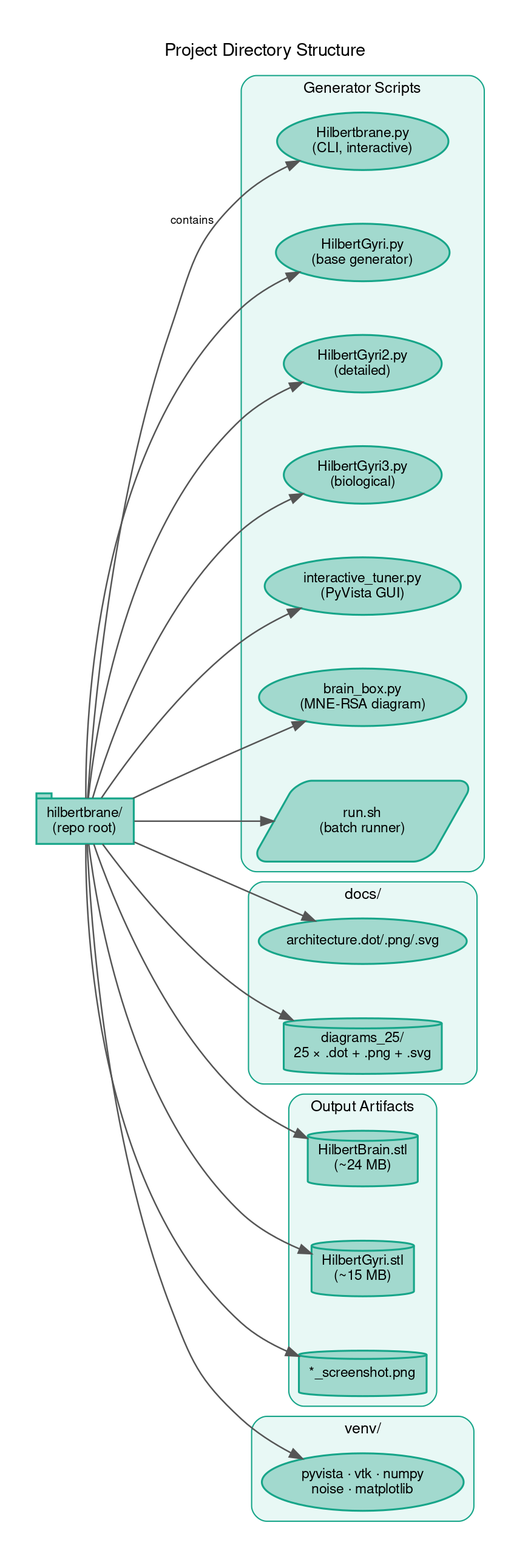
Before: docs/diagrams_25/07_file_structure.png, a diagram exported from Graphviz (danindiana/hilbertbrane). Its source is kept beside it as docs/diagrams_25/07_file_structure.dot. The source it was exported from:
```dot
digraph G {
    graph [
        fontname="Helvetica,Arial,sans-serif"
        bgcolor="#ffffff"
        splines=spline
        nodesep=0.6
        ranksep=0.8
        pad=0.4
        labelloc="t"
        labeljust="c"
        fontsize=14
    ]
    node [fontname="Helvetica,Arial,sans-serif" fontsize=11 style="filled,rounded" penwidth=1.5]
    edge [fontname="Helvetica,Arial,sans-serif" fontsize=9 color="#555555" penwidth=1.2]
    graph [label="Project Directory Structure" rankdir="LR"]

    root [label="hilbertbrane/\n(repo root)" shape=tab fillcolor="#A2D9CE" color="#17A589"]

    subgraph cluster_scripts {
        label="Generator Scripts"
        style="filled,rounded" fillcolor="#E8F8F5" color="#17A589" fontsize=12
        fontname="Helvetica,Arial,sans-serif"

        sc1 [label="Hilbertbrane.py\n(CLI, interactive)" fillcolor="#A2D9CE" color="#17A589"]
        sc2 [label="HilbertGyri.py\n(base generator)" fillcolor="#A2D9CE" color="#17A589"]
        sc3 [label="HilbertGyri2.py\n(detailed)" fillcolor="#A2D9CE" color="#17A589"]
        sc4 [label="HilbertGyri3.py\n(biological)" fillcolor="#A2D9CE" color="#17A589"]
        sc5 [label="interactive_tuner.py\n(PyVista GUI)" fillcolor="#A2D9CE" color="#17A589"]
        sc6 [label="brain_box.py\n(MNE-RSA diagram)" fillcolor="#A2D9CE" color="#17A589"]
        sc7 [label="run.sh\n(batch runner)" shape=parallelogram fillcolor="#A2D9CE" color="#17A589"]
    }

    subgraph cluster_docs {
        label="docs/"
        style="filled,rounded" fillcolor="#E8F8F5" color="#17A589" fontsize=12
        fontname="Helvetica,Arial,sans-serif"

        d1 [label="architecture.dot/.png/.svg" fillcolor="#A2D9CE" color="#17A589"]
        d2 [label="diagrams_25/\n25 × .dot + .png + .svg" shape=cylinder fillcolor="#A2D9CE" color="#17A589"]
    }

    subgraph cluster_output {
        label="Output Artifacts"
        style="filled,rounded" fillcolor="#E8F8F5" color="#17A589" fontsize=12
        fontname="Helvetica,Arial,sans-serif"

        o1 [label="HilbertBrain.stl\n(~24 MB)" shape=cylinder fillcolor="#A2D9CE" color="#17A589"]
        o2 [label="HilbertGyri.stl\n(~15 MB)" shape=cylinder fillcolor="#A2D9CE" color="#17A589"]
        o3 [label="*_screenshot.png" shape=cylinder fillcolor="#A2D9CE" color="#17A589"]
    }

    subgraph cluster_venv {
        label="venv/"
        style="filled,rounded" fillcolor="#E8F8F5" color="#17A589" fontsize=12
        fontname="Helvetica,Arial,sans-serif"

        v1 [label="pyvista · vtk · numpy\nnoise · matplotlib" shape=ellipse fillcolor="#A2D9CE" color="#17A589"]
    }

    root -> sc1 [label="contains"]
    root -> sc2
    root -> sc3
    root -> sc4
    root -> sc5
    root -> sc6
    root -> sc7
    root -> d1
    root -> d2
    root -> o1
    root -> o2
    root -> o3
    root -> v1
}
```
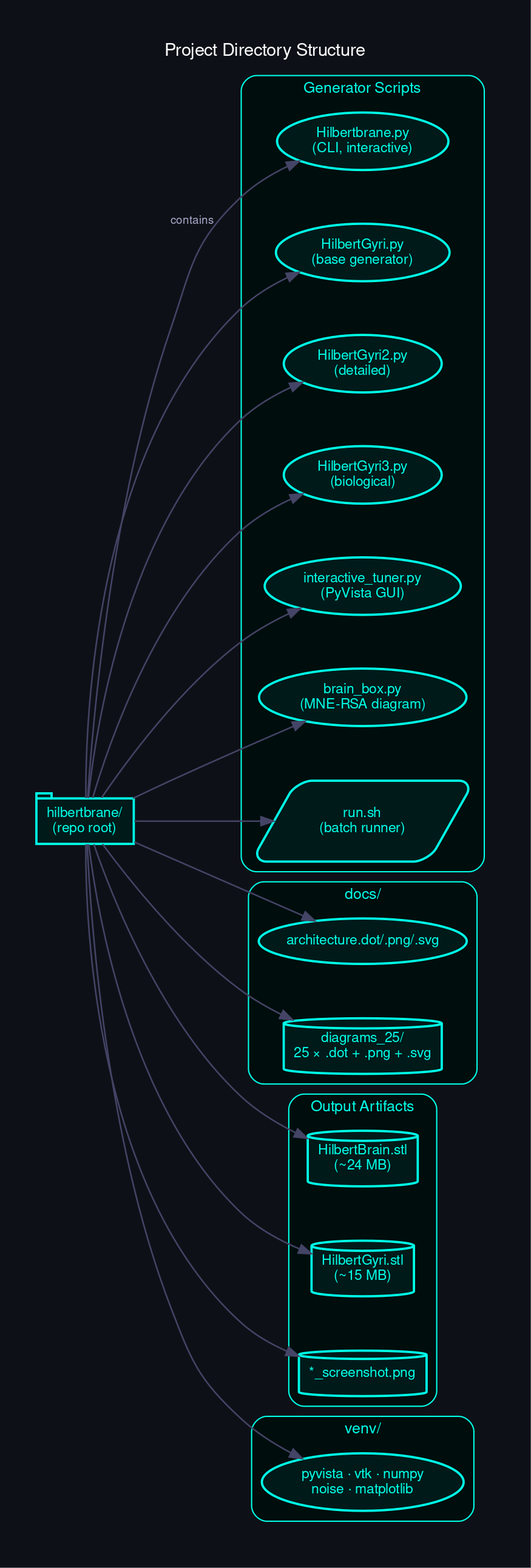
After the commit.

The edit, as a diff of the source:
```diff
@@ -1,7 +1,8 @@
 digraph G {
     graph [
         fontname="Helvetica,Arial,sans-serif"
-        bgcolor="#ffffff"
+        bgcolor="#0d1117"
+        fontcolor="white"
         splines=spline
         nodesep=0.6
         ranksep=0.8
@@ -10,51 +11,51 @@
         labeljust="c"
         fontsize=14
     ]
-    node [fontname="Helvetica,Arial,sans-serif" fontsize=11 style="filled,rounded" penwidth=1.5]
-    edge [fontname="Helvetica,Arial,sans-serif" fontsize=9 color="#555555" penwidth=1.2]
+    node [fontname="Helvetica,Arial,sans-serif" fontsize=11 style="filled,rounded" penwidth=1.8 fontcolor="white"]
+    edge [fontname="Helvetica,Arial,sans-serif" fontsize=9 color="#444466" penwidth=1.2 fontcolor="#aaaacc"]
     graph [label="Project Directory Structure" rankdir="LR"]
 
-    root [label="hilbertbrane/\n(repo root)" shape=tab fillcolor="#A2D9CE" color="#17A589"]
+    root [label="hilbertbrane/\n(repo root)" shape=tab fillcolor="#001a1a" color="#00ffe7" fontcolor="#00ffe7"]
 
     subgraph cluster_scripts {
         label="Generator Scripts"
-        style="filled,rounded" fillcolor="#E8F8F5" color="#17A589" fontsize=12
-        fontname="Helvetica,Arial,sans-serif"
+        style="filled,rounded" fillcolor="#000d0d" color="#00ffe7" fontsize=12
+        fontname="Helvetica,Arial,sans-serif" fontcolor="#00ffe7"
 
-        sc1 [label="Hilbertbrane.py\n(CLI, interactive)" fillcolor="#A2D9CE" color="#17A589"]
-        sc2 [label="HilbertGyri.py\n(base generator)" fillcolor="#A2D9CE" color="#17A589"]
-        sc3 [label="HilbertGyri2.py\n(detailed)" fillcolor="#A2D9CE" color="#17A589"]
-        sc4 [label="HilbertGyri3.py\n(biological)" fillcolor="#A2D9CE" color="#17A589"]
-        sc5 [label="interactive_tuner.py\n(PyVista GUI)" fillcolor="#A2D9CE" color="#17A589"]
-        sc6 [label="brain_box.py\n(MNE-RSA diagram)" fillcolor="#A2D9CE" color="#17A589"]
-        sc7 [label="run.sh\n(batch runner)" shape=parallelogram fillcolor="#A2D9CE" color="#17A589"]
+        sc1 [label="Hilbertbrane.py\n(CLI, interactive)" fillcolor="#001a1a" color="#00ffe7" fontcolor="#00ffe7"]
+        sc2 [label="HilbertGyri.py\n(base generator)" fillcolor="#001a1a" color="#00ffe7" fontcolor="#00ffe7"]
+        sc3 [label="HilbertGyri2.py\n(detailed)" fillcolor="#001a1a" color="#00ffe7" fontcolor="#00ffe7"]
+        sc4 [label="HilbertGyri3.py\n(biological)" fillcolor="#001a1a" color="#00ffe7" fontcolor="#00ffe7"]
+        sc5 [label="interactive_tuner.py\n(PyVista GUI)" fillcolor="#001a1a" color="#00ffe7" fontcolor="#00ffe7"]
+        sc6 [label="brain_box.py\n(MNE-RSA diagram)" fillcolor="#001a1a" color="#00ffe7" fontcolor="#00ffe7"]
+        sc7 [label="run.sh\n(batch runner)" shape=parallelogram fillcolor="#001a1a" color="#00ffe7" fontcolor="#00ffe7"]
     }
 
     subgraph cluster_docs {
         label="docs/"
-        style="filled,rounded" fillcolor="#E8F8F5" color="#17A589" fontsize=12
-        fontname="Helvetica,Arial,sans-serif"
+        style="filled,rounded" fillcolor="#000d0d" color="#00ffe7" fontsize=12
+        fontname="Helvetica,Arial,sans-serif" fontcolor="#00ffe7"
 
-        d1 [label="architecture.dot/.png/.svg" fillcolor="#A2D9CE" color="#17A589"]
-        d2 [label="diagrams_25/\n25 × .dot + .png + .svg" shape=cylinder fillcolor="#A2D9CE" color="#17A589"]
+        d1 [label="architecture.dot/.png/.svg" fillcolor="#001a1a" color="#00ffe7" fontcolor="#00ffe7"]
+        d2 [label="diagrams_25/\n25 × .dot + .png + .svg" shape=cylinder fillcolor="#001a1a" color="#00ffe7" fontcolor="#00ffe7"]
     }
 
     subgraph cluster_output {
         label="Output Artifacts"
-        style="filled,rounded" fillcolor="#E8F8F5" color="#17A589" fontsize=12
-        fontname="Helvetica,Arial,sans-serif"
+        style="filled,rounded" fillcolor="#000d0d" color="#00ffe7" fontsize=12
+        fontname="Helvetica,Arial,sans-serif" fontcolor="#00ffe7"
 
-        o1 [label="HilbertBrain.stl\n(~24 MB)" shape=cylinder fillcolor="#A2D9CE" color="#17A589"]
-        o2 [label="HilbertGyri.stl\n(~15 MB)" shape=cylinder fillcolor="#A2D9CE" color="#17A589"]
-        o3 [label="*_screenshot.png" shape=cylinder fillcolor="#A2D9CE" color="#17A589"]
+        o1 [label="HilbertBrain.stl\n(~24 MB)" shape=cylinder fillcolor="#001a1a" color="#00ffe7" fontcolor="#00ffe7"]
+        o2 [label="HilbertGyri.stl\n(~15 MB)" shape=cylinder fillcolor="#001a1a" color="#00ffe7" fontcolor="#00ffe7"]
+        o3 [label="*_screenshot.png" shape=cylinder fillcolor="#001a1a" color="#00ffe7" fontcolor="#00ffe7"]
     }
 
     subgraph cluster_venv {
         label="venv/"
-        style="filled,rounded" fillcolor="#E8F8F5" color="#17A589" fontsize=12
-        fontname="Helvetica,Arial,sans-serif"
+        style="filled,rounded" fillcolor="#000d0d" color="#00ffe7" fontsize=12
+        fontname="Helvetica,Arial,sans-serif" fontcolor="#00ffe7"
 
-        v1 [label="pyvista · vtk · numpy\nnoise · matplotlib" shape=ellipse fillcolor="#A2D9CE" color="#17A589"]
+        v1 [label="pyvista · vtk · numpy\nnoise · matplotlib" shape=ellipse fillcolor="#001a1a" color="#00ffe7" fontcolor="#00ffe7"]
     }
 
     root -> sc1 [label="contains"]
```
